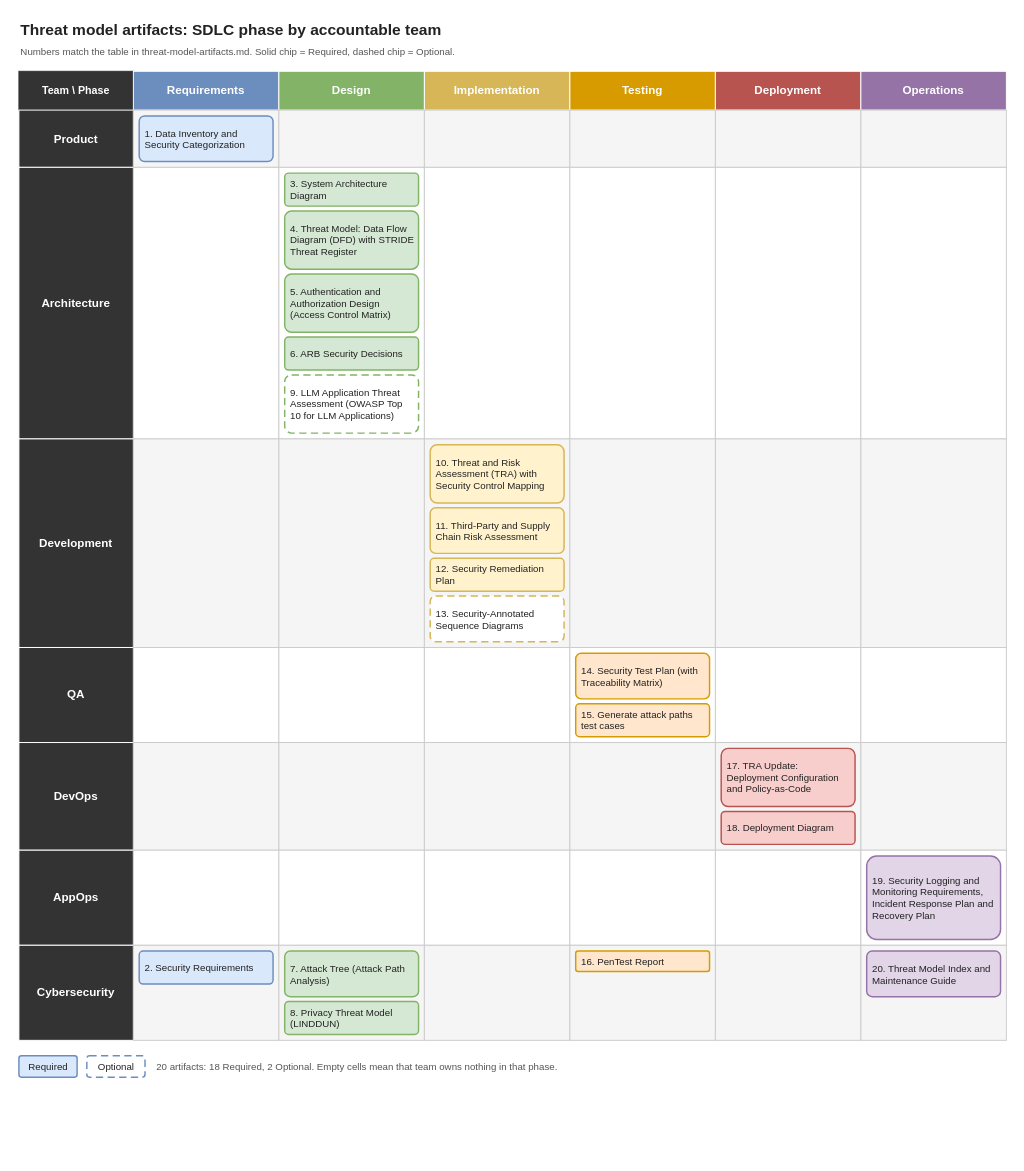
This is threat_model/artifact-matrix.drawio from antongeorgescu/poc-plus-hexagonal-architecture, a draw.io file, before an edit. Source tidied: cells renumbered, new cells numbered last; positions are measured from the earlier drawing's top-left corner, leaving out a move shared by most shapes. Both pictures are drawn from the tidied source at 97%, with x=0, y=0 at pixel (18, 16).
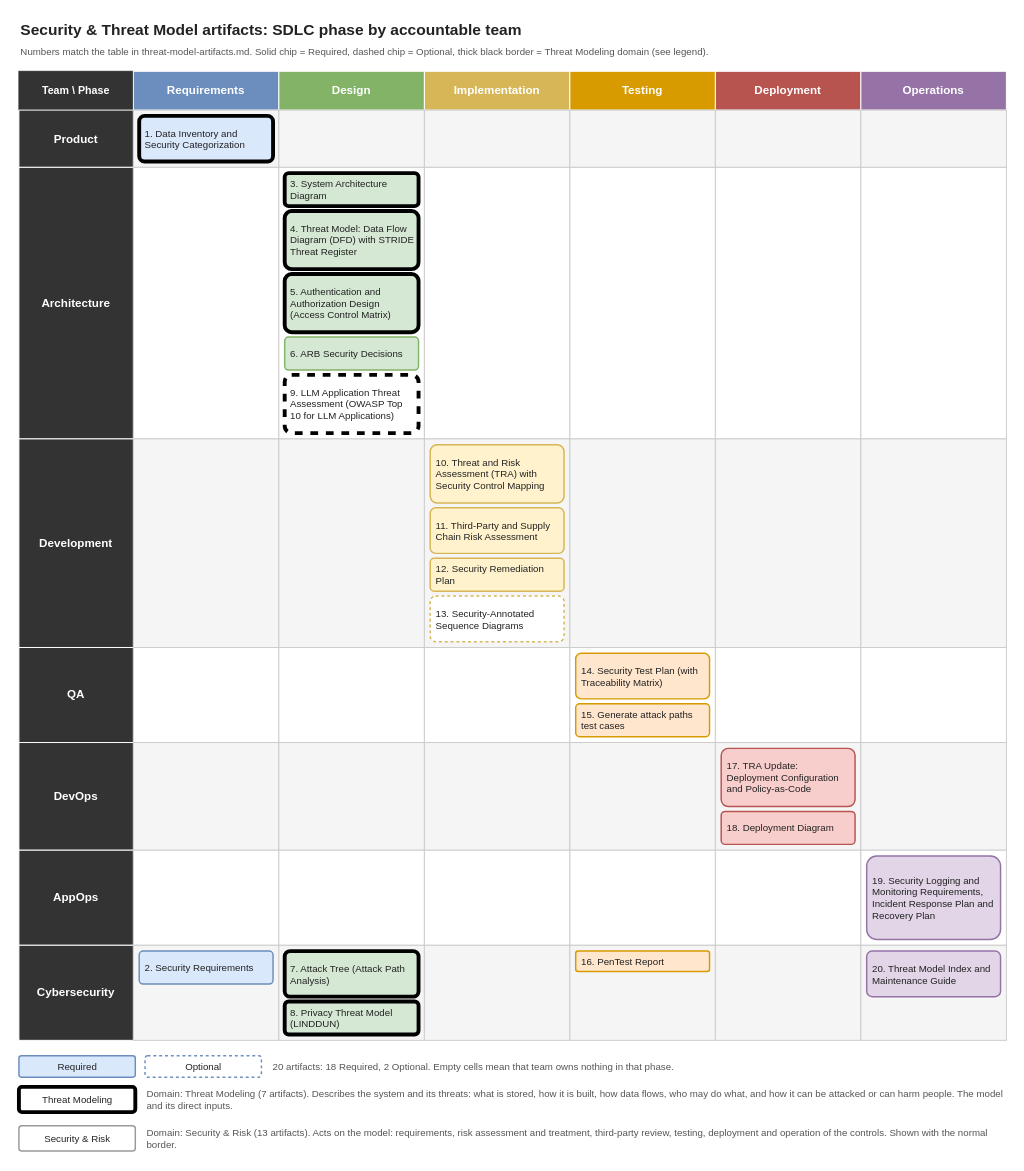
The same diagram, later.

What changed in the source:
```diff
@@
-    <mxCell id="2" value="Threat model artifacts: SDLC phase by accountable team" style="text;html=1;align=left;verticalAlign=middle;fontSize=16;fontStyle=1;fontColor=#222222;" parent="1" vertex="1">
+    <mxCell id="2" value="Security &amp; Threat Model artifacts: SDLC phase by accountable team" style="text;html=1;align=left;verticalAlign=middle;fontSize=16;fontStyle=1;fontColor=#222222;" parent="1" vertex="1">
       <mxGeometry width="1018" height="26" as="geometry" />
     </mxCell>
-    <mxCell id="3" value="Numbers match the table in threat-model-artifacts.md. Solid chip = Required, dashed chip = Optional." style="text;html=1;align=left;verticalAlign=middle;fontSize=10;fontColor=#555555;" parent="1" vertex="1">
+    <mxCell id="3" value="Numbers match the table in threat-model-artifacts.md. Solid chip = Required, dashed chip = Optional, thick black border = Threat Modeling domain (see legend)." style="text;html=1;align=left;verticalAlign=middle;fontSize=10;fontColor=#555555;" parent="1" vertex="1">
       <mxGeometry y="26" width="1018" height="20" as="geometry" />
     </mxCell>
@@
-    <mxCell id="13" value="1. Data Inventory and Security Categorization" style="rounded=1;arcSize=12;whiteSpace=wrap;html=1;fontSize=10;align=left;spacingLeft=4;spacingRight=3;fontColor=#222222;fillColor=#dae8fc;strokeColor=#6c8ebf;strokeWidth=1.5;" parent="1" vertex="1">
+    <mxCell id="13" value="1. Data Inventory and Security Categorization" style="rounded=1;arcSize=12;whiteSpace=wrap;html=1;fontSize=10;align=left;spacingLeft=4;spacingRight=3;fontColor=#222222;fillColor=#dae8fc;strokeColor=#000000;strokeWidth=4;" parent="1" vertex="1">
       <mxGeometry x="124" y="102" width="138" height="47" as="geometry" />
     </mxCell>
@@
-    <mxCell id="22" value="3. System Architecture Diagram" style="rounded=1;arcSize=12;whiteSpace=wrap;html=1;fontSize=10;align=left;spacingLeft=4;spacingRight=3;fontColor=#222222;fillColor=#d5e8d4;strokeColor=#82b366;strokeWidth=1.5;" parent="1" vertex="1">
+    <mxCell id="22" value="3. System Architecture Diagram" style="rounded=1;arcSize=12;whiteSpace=wrap;html=1;fontSize=10;align=left;spacingLeft=4;spacingRight=3;fontColor=#222222;fillColor=#d5e8d4;strokeColor=#000000;strokeWidth=4;" parent="1" vertex="1">
       <mxGeometry x="274" y="161" width="138" height="34" as="geometry" />
     </mxCell>
-    <mxCell id="23" value="4. Threat Model: Data Flow Diagram (DFD) with STRIDE Threat Register" style="rounded=1;arcSize=12;whiteSpace=wrap;html=1;fontSize=10;align=left;spacingLeft=4;spacingRight=3;fontColor=#222222;fillColor=#d5e8d4;strokeColor=#82b366;strokeWidth=1.5;" parent="1" vertex="1">
+    <mxCell id="23" value="4. Threat Model: Data Flow Diagram (DFD) with STRIDE Threat Register" style="rounded=1;arcSize=12;whiteSpace=wrap;html=1;fontSize=10;align=left;spacingLeft=4;spacingRight=3;fontColor=#222222;fillColor=#d5e8d4;strokeColor=#000000;strokeWidth=4;" parent="1" vertex="1">
       <mxGeometry x="274" y="200" width="138" height="60" as="geometry" />
     </mxCell>
-    <mxCell id="24" value="5. Authentication and Authorization Design (Access Control Matrix)" style="rounded=1;arcSize=12;whiteSpace=wrap;html=1;fontSize=10;align=left;spacingLeft=4;spacingRight=3;fontColor=#222222;fillColor=#d5e8d4;strokeColor=#82b366;strokeWidth=1.5;" parent="1" vertex="1">
+    <mxCell id="24" value="5. Authentication and Authorization Design (Access Control Matrix)" style="rounded=1;arcSize=12;whiteSpace=wrap;html=1;fontSize=10;align=left;spacingLeft=4;spacingRight=3;fontColor=#222222;fillColor=#d5e8d4;strokeColor=#000000;strokeWidth=4;" parent="1" vertex="1">
       <mxGeometry x="274" y="265" width="138" height="60" as="geometry" />
     </mxCell>
@@
-    <mxCell id="26" value="9. LLM Application Threat Assessment (OWASP Top 10 for LLM Applications)" style="rounded=1;arcSize=12;whiteSpace=wrap;html=1;fontSize=10;align=left;spacingLeft=4;spacingRight=3;fontColor=#222222;fillColor=#ffffff;strokeColor=#82b366;strokeWidth=1.5;dashed=1;dashPattern=5 3;" parent="1" vertex="1">
+    <mxCell id="26" value="9. LLM Application Threat Assessment (OWASP Top 10 for LLM Applications)" style="rounded=1;arcSize=12;whiteSpace=wrap;html=1;fontSize=10;align=left;spacingLeft=4;spacingRight=3;fontColor=#222222;fillColor=#ffffff;strokeColor=#000000;strokeWidth=4;dashed=1;dashPattern=2 2;" parent="1" vertex="1">
       <mxGeometry x="274" y="369" width="138" height="60" as="geometry" />
     </mxCell>
@@
-    <mxCell id="38" value="13. Security-Annotated Sequence Diagrams" style="rounded=1;arcSize=12;whiteSpace=wrap;html=1;fontSize=10;align=left;spacingLeft=4;spacingRight=3;fontColor=#222222;fillColor=#ffffff;strokeColor=#d6b656;strokeWidth=1.5;dashed=1;dashPattern=5 3;" parent="1" vertex="1">
+    <mxCell id="38" value="13. Security-Annotated Sequence Diagrams" style="rounded=1;arcSize=12;whiteSpace=wrap;html=1;fontSize=10;align=left;spacingLeft=4;spacingRight=3;fontColor=#222222;fillColor=#ffffff;strokeColor=#d6b656;strokeWidth=1.5;dashed=1;dashPattern=2 2;" parent="1" vertex="1">
       <mxGeometry x="424" y="597" width="138" height="47" as="geometry" />
     </mxCell>
@@
-    <mxCell id="72" value="7. Attack Tree (Attack Path Analysis)" style="rounded=1;arcSize=12;whiteSpace=wrap;html=1;fontSize=10;align=left;spacingLeft=4;spacingRight=3;fontColor=#222222;fillColor=#d5e8d4;strokeColor=#82b366;strokeWidth=1.5;" parent="1" vertex="1">
+    <mxCell id="72" value="7. Attack Tree (Attack Path Analysis)" style="rounded=1;arcSize=12;whiteSpace=wrap;html=1;fontSize=10;align=left;spacingLeft=4;spacingRight=3;fontColor=#222222;fillColor=#d5e8d4;strokeColor=#000000;strokeWidth=4;" parent="1" vertex="1">
       <mxGeometry x="274" y="963" width="138" height="47" as="geometry" />
     </mxCell>
-    <mxCell id="73" value="8. Privacy Threat Model (LINDDUN)" style="rounded=1;arcSize=12;whiteSpace=wrap;html=1;fontSize=10;align=left;spacingLeft=4;spacingRight=3;fontColor=#222222;fillColor=#d5e8d4;strokeColor=#82b366;strokeWidth=1.5;" parent="1" vertex="1">
+    <mxCell id="73" value="8. Privacy Threat Model (LINDDUN)" style="rounded=1;arcSize=12;whiteSpace=wrap;html=1;fontSize=10;align=left;spacingLeft=4;spacingRight=3;fontColor=#222222;fillColor=#d5e8d4;strokeColor=#000000;strokeWidth=4;" parent="1" vertex="1">
       <mxGeometry x="274" y="1015" width="138" height="34" as="geometry" />
     </mxCell>
@@
-    <mxCell id="80" value="Required" style="rounded=1;arcSize=12;html=1;fontSize=10;fillColor=#dae8fc;strokeColor=#6c8ebf;strokeWidth=1.5;fontColor=#222222;" parent="1" vertex="1">
-      <mxGeometry y="1071" width="60" height="22" as="geometry" />
+    <mxCell id="80" value="Required" style="rounded=1;arcSize=12;html=1;fontSize=10;fontColor=#222222;fillColor=#dae8fc;strokeColor=#6c8ebf;strokeWidth=1.5;" parent="1" vertex="1">
+      <mxGeometry y="1071" width="120" height="22" as="geometry" />
     </mxCell>
-    <mxCell id="81" value="Optional" style="rounded=1;arcSize=12;html=1;fontSize=10;fillColor=#ffffff;strokeColor=#6c8ebf;strokeWidth=1.5;dashed=1;dashPattern=5 3;fontColor=#222222;" parent="1" vertex="1">
-      <mxGeometry x="70" y="1071" width="60" height="22" as="geometry" />
+    <mxCell id="81" value="Optional" style="rounded=1;arcSize=12;html=1;fontSize=10;fontColor=#222222;fillColor=#ffffff;strokeColor=#6c8ebf;strokeWidth=1.5;dashed=1;dashPattern=2 2;" parent="1" vertex="1">
+      <mxGeometry x="130" y="1071" width="120" height="22" as="geometry" />
     </mxCell>
-    <mxCell id="82" value="20 artifacts: 18 Required, 2 Optional. Empty cells mean that team owns nothing in that phase." style="text;html=1;align=left;verticalAlign=middle;fontSize=10;fontColor=#555555;" parent="1" vertex="1">
-      <mxGeometry x="140" y="1071" width="878" height="22" as="geometry" />
+    <mxCell id="82" value="20 artifacts: 18 Required, 2 Optional. Empty cells mean that team owns nothing in that phase." style="text;html=1;align=left;verticalAlign=middle;whiteSpace=wrap;fontSize=10;fontColor=#555555;" parent="1" vertex="1">
+      <mxGeometry x="260" y="1071" width="758" height="22" as="geometry" />
     </mxCell>
+    <mxCell id="83" value="Threat Modeling" style="rounded=1;arcSize=12;html=1;fontSize=10;fontColor=#222222;fillColor=#ffffff;strokeColor=#000000;strokeWidth=4;" parent="1" vertex="1">
+      <mxGeometry y="1103" width="120" height="26" as="geometry" />
+    </mxCell>
+    <mxCell id="84" value="Domain: Threat Modeling (7 artifacts). Describes the system and its threats: what is stored, how it is built, how data flows, who may do what, and how it can be attacked or can harm people. The model and its direct inputs." style="text;html=1;align=left;verticalAlign=middle;whiteSpace=wrap;fontSize=10;fontColor=#555555;" parent="1" vertex="1">
+      <mxGeometry x="130" y="1099" width="888" height="34" as="geometry" />
+    </mxCell>
+    <mxCell id="85" value="Security &amp; Risk" style="rounded=1;arcSize=12;html=1;fontSize=10;fontColor=#222222;fillColor=#ffffff;strokeColor=#999999;strokeWidth=1.5;" parent="1" vertex="1">
+      <mxGeometry y="1143" width="120" height="26" as="geometry" />
+    </mxCell>
+    <mxCell id="86" value="Domain: Security &amp; Risk (13 artifacts). Acts on the model: requirements, risk assessment and treatment, third-party review, testing, deployment and operation of the controls. Shown with the normal border." style="text;html=1;align=left;verticalAlign=middle;whiteSpace=wrap;fontSize=10;fontColor=#555555;" parent="1" vertex="1">
+      <mxGeometry x="130" y="1139" width="888" height="34" as="geometry" />
+    </mxCell>
```
